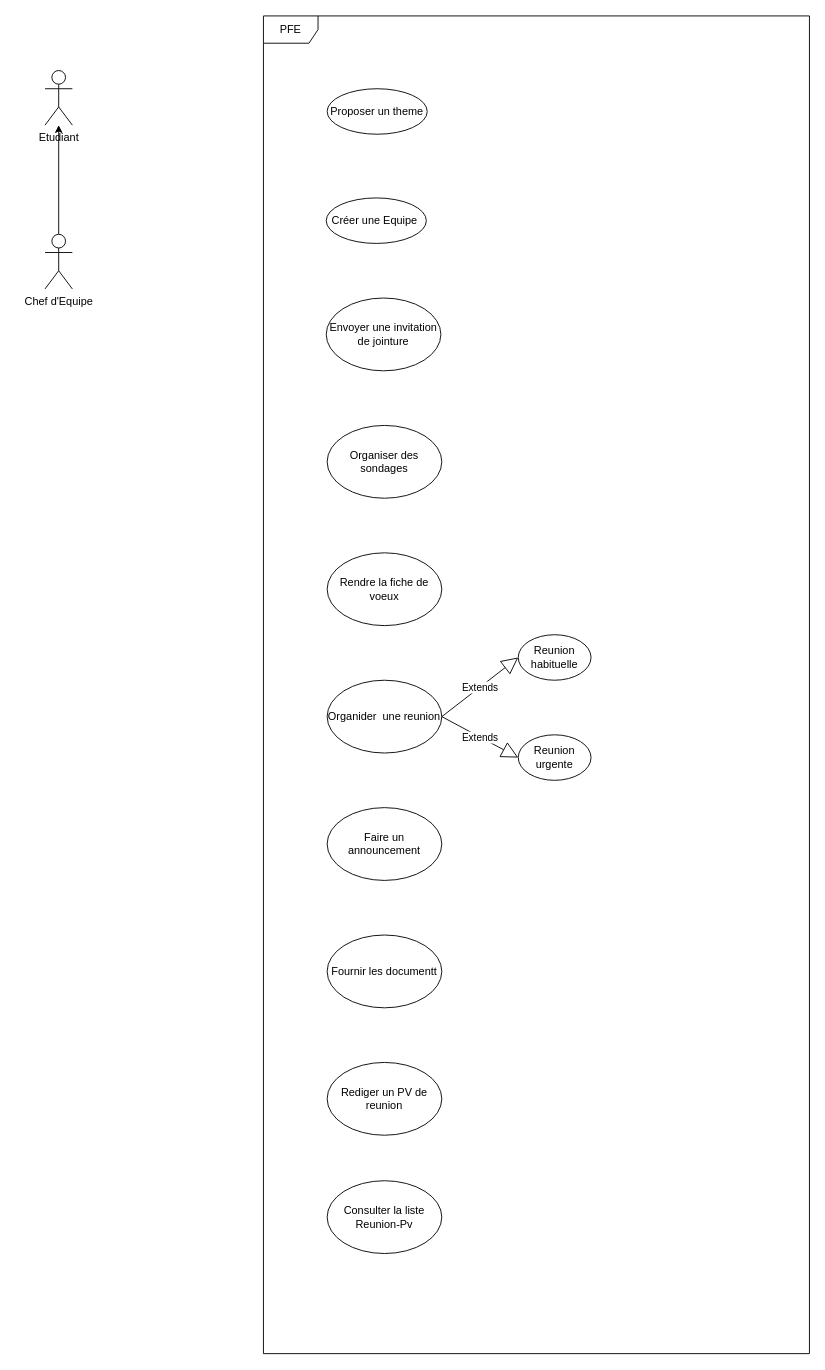
stormsidali2001/PFE_third_year_school_project_front keeps this draw.io diagram as diagrams/useCaseChefEquipe.drawio. Above is the earlier version. Source tidied: cells renumbered, new cells numbered last; positions are measured from the earlier drawing's top-left corner, leaving out a move shared by most shapes. Both pictures are drawn from the tidied source at 91%, with x=0, y=0 at pixel (45, 15).
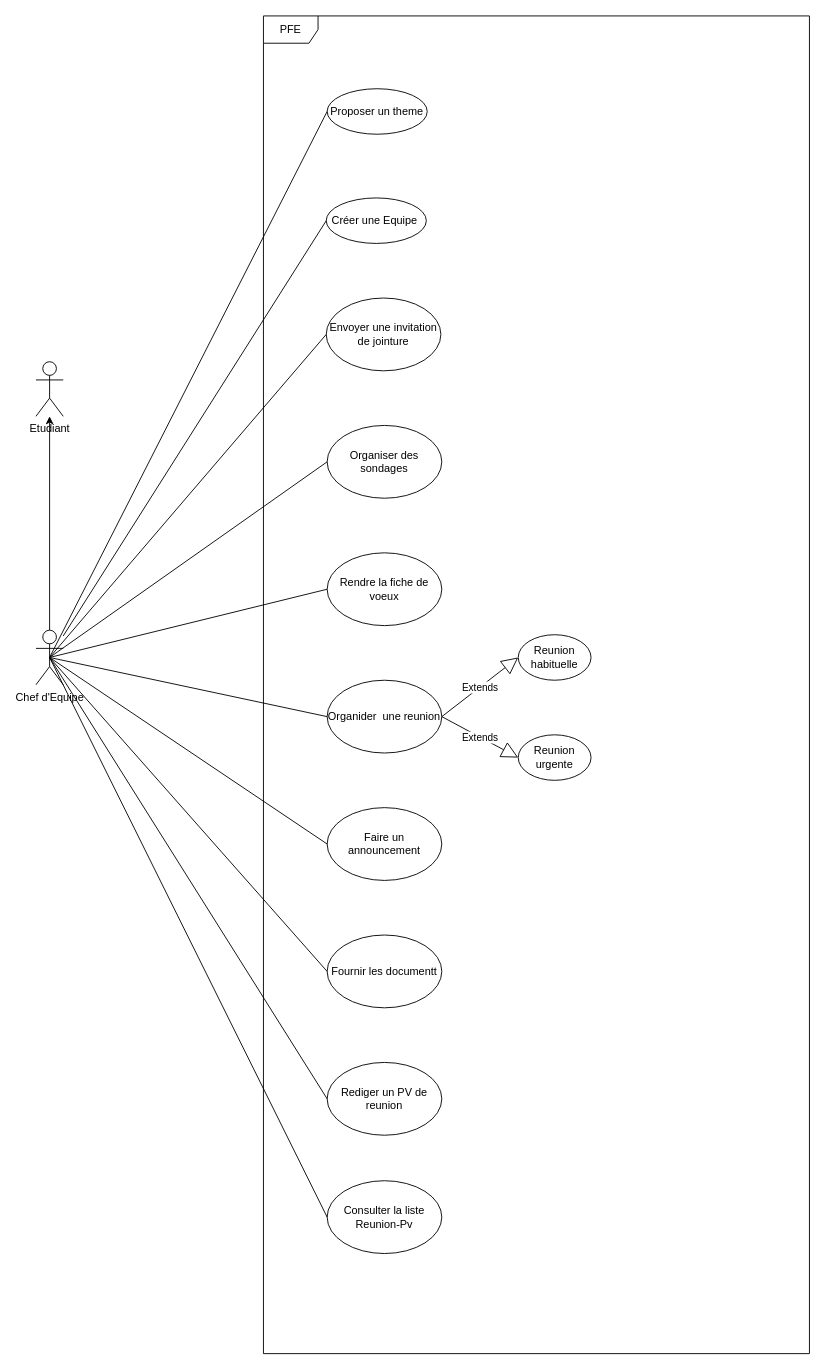
The same page after the edit.

Unchanged cells that the change refers to:
```xml
<mxCell id="6" value="Proposer un theme" style="ellipse;whiteSpace=wrap;html=1;" parent="1" vertex="1">
  <mxGeometry x="310" y="80" width="110" height="50" as="geometry" />
</mxCell>
<mxCell id="7" value="Créer une Equipe&amp;nbsp;" style="ellipse;whiteSpace=wrap;html=1;" parent="1" vertex="1">
  <mxGeometry x="309" y="200" width="110" height="50" as="geometry" />
</mxCell>
<mxCell id="8" value="Envoyer une invitation de jointure" style="ellipse;whiteSpace=wrap;html=1;" parent="1" vertex="1">
  <mxGeometry x="309" y="310" width="126" height="80" as="geometry" />
</mxCell>
<mxCell id="9" value="Organiser des sondages" style="ellipse;whiteSpace=wrap;html=1;" parent="1" vertex="1">
  <mxGeometry x="310" y="450" width="126" height="80" as="geometry" />
</mxCell>
<mxCell id="10" value="Rendre la fiche de voeux" style="ellipse;whiteSpace=wrap;html=1;" parent="1" vertex="1">
  <mxGeometry x="310" y="590" width="126" height="80" as="geometry" />
</mxCell>
<mxCell id="11" value="Organider&amp;nbsp; une reunion" style="ellipse;whiteSpace=wrap;html=1;" parent="1" vertex="1">
  <mxGeometry x="310" y="730" width="126" height="80" as="geometry" />
</mxCell>
<mxCell id="16" value="Faire un announcement" style="ellipse;whiteSpace=wrap;html=1;" parent="1" vertex="1">
  <mxGeometry x="310" y="870" width="126" height="80" as="geometry" />
</mxCell>
<mxCell id="17" value="Fournir les documentt" style="ellipse;whiteSpace=wrap;html=1;" parent="1" vertex="1">
  <mxGeometry x="310" y="1010" width="126" height="80" as="geometry" />
</mxCell>
<mxCell id="18" value="Rediger un PV de reunion" style="ellipse;whiteSpace=wrap;html=1;" parent="1" vertex="1">
  <mxGeometry x="310" y="1150" width="126" height="80" as="geometry" />
</mxCell>
<mxCell id="19" value="Consulter la liste Reunion-Pv" style="ellipse;whiteSpace=wrap;html=1;" parent="1" vertex="1">
  <mxGeometry x="310" y="1280" width="126" height="80" as="geometry" />
</mxCell>
```

What changed in the source:
```diff
@@
     <mxCell id="3" value="Chef d'Equipe" style="shape=umlActor;verticalLabelPosition=bottom;verticalAlign=top;html=1;outlineConnect=0;" parent="1" vertex="1">
-      <mxGeometry y="240" width="30" height="60" as="geometry" />
+      <mxGeometry x="-10" y="675" width="30" height="60" as="geometry" />
     </mxCell>
     <mxCell id="4" value="Etudiant&lt;br&gt;" style="shape=umlActor;verticalLabelPosition=bottom;verticalAlign=top;html=1;outlineConnect=0;" parent="1" vertex="1">
-      <mxGeometry y="60" width="30" height="60" as="geometry" />
+      <mxGeometry x="-10" y="380" width="30" height="60" as="geometry" />
     </mxCell>
@@
+    <mxCell id="20" style="endArrow=none;html=1;rounded=0;entryX=0;entryY=0.5;entryDx=0;entryDy=0;exitX=0.5;exitY=0.5;exitDx=0;exitDy=0;exitPerimeter=0;" parent="1" edge="1" source="3" target="6">
+      <mxGeometry relative="1" as="geometry" />
+    </mxCell>
+    <mxCell id="21" style="endArrow=none;html=1;rounded=0;entryX=0;entryY=0.5;entryDx=0;entryDy=0;" parent="1" edge="1" source="3" target="7">
+      <mxGeometry relative="1" as="geometry" />
+    </mxCell>
+    <mxCell id="22" style="endArrow=none;html=1;rounded=0;entryX=0;entryY=0.5;entryDx=0;entryDy=0;exitX=0.5;exitY=0.5;exitDx=0;exitDy=0;exitPerimeter=0;" parent="1" edge="1" source="3" target="8">
+      <mxGeometry relative="1" as="geometry" />
+    </mxCell>
+    <mxCell id="23" style="endArrow=none;html=1;rounded=0;entryX=0;entryY=0.5;entryDx=0;entryDy=0;exitX=0.5;exitY=0.5;exitDx=0;exitDy=0;exitPerimeter=0;" parent="1" edge="1" source="3" target="9">
+      <mxGeometry relative="1" as="geometry" />
+    </mxCell>
+    <mxCell id="24" style="endArrow=none;html=1;rounded=0;entryX=0;entryY=0.5;entryDx=0;entryDy=0;exitX=0.5;exitY=0.5;exitDx=0;exitDy=0;exitPerimeter=0;" parent="1" edge="1" source="3" target="10">
+      <mxGeometry relative="1" as="geometry" />
+    </mxCell>
+    <mxCell id="25" style="endArrow=none;html=1;rounded=0;entryX=0;entryY=0.5;entryDx=0;entryDy=0;exitX=0.5;exitY=0.5;exitDx=0;exitDy=0;exitPerimeter=0;" parent="1" edge="1" source="3" target="11">
+      <mxGeometry relative="1" as="geometry" />
+    </mxCell>
+    <mxCell id="26" style="endArrow=none;html=1;rounded=0;entryX=0;entryY=0.5;entryDx=0;entryDy=0;exitX=0.5;exitY=0.5;exitDx=0;exitDy=0;exitPerimeter=0;" parent="1" edge="1" source="3" target="16">
+      <mxGeometry relative="1" as="geometry" />
+    </mxCell>
+    <mxCell id="27" style="endArrow=none;html=1;rounded=0;entryX=0;entryY=0.5;entryDx=0;entryDy=0;exitX=0.5;exitY=0.5;exitDx=0;exitDy=0;exitPerimeter=0;" parent="1" edge="1" source="3" target="17">
+      <mxGeometry relative="1" as="geometry" />
+    </mxCell>
+    <mxCell id="28" style="endArrow=none;html=1;rounded=0;entryX=0;entryY=0.5;entryDx=0;entryDy=0;exitX=0.5;exitY=0.5;exitDx=0;exitDy=0;exitPerimeter=0;" parent="1" edge="1" source="3" target="18">
+      <mxGeometry relative="1" as="geometry" />
+    </mxCell>
+    <mxCell id="29" style="endArrow=none;html=1;rounded=0;entryX=0;entryY=0.5;entryDx=0;entryDy=0;exitX=0.5;exitY=0.5;exitDx=0;exitDy=0;exitPerimeter=0;" parent="1" edge="1" source="3" target="19">
+      <mxGeometry relative="1" as="geometry" />
+    </mxCell>
```
